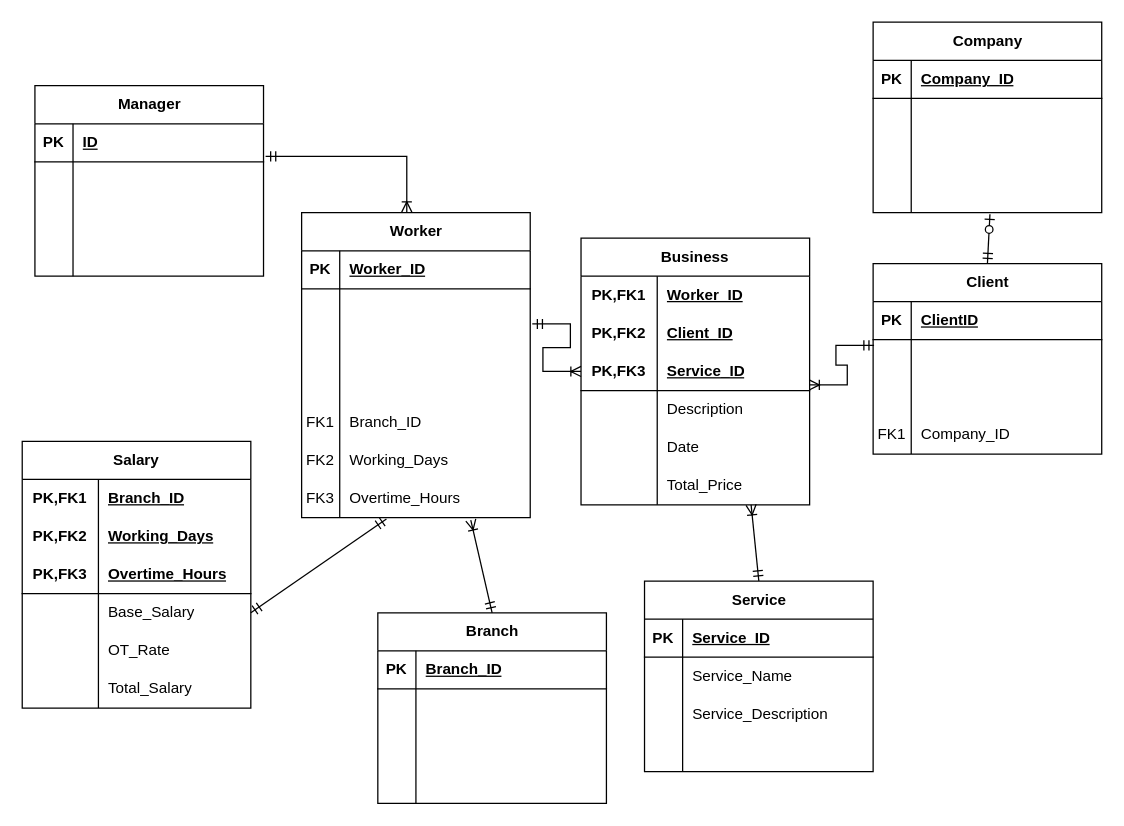
Above: wia2001assg.drawio in justn0thinghere/drawio (draw.io), before the change. Source tidied: cells renumbered, new cells numbered last; positions are measured from the earlier drawing's top-left corner, leaving out a move shared by most shapes. Both pictures are drawn from the tidied source at 127%, with x=0, y=0 at pixel (22, 22).
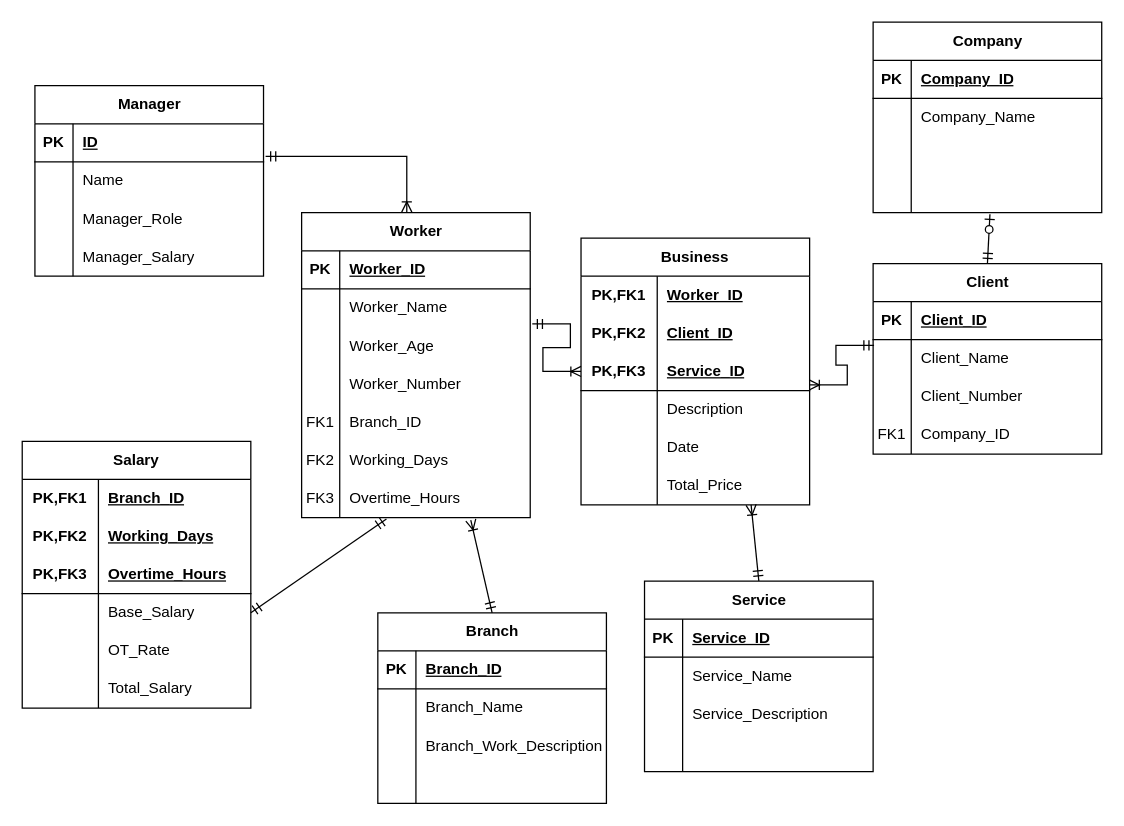
The same diagram, later.

The change refers to these unchanged cells:
```xml
<mxCell id="38" style="shape=tableRow;horizontal=0;startSize=0;swimlaneHead=0;swimlaneBody=0;fillColor=none;top=0;left=0;right=0;bottom=0;" parent="34" vertex="1">
  <mxGeometry y="60" width="180" height="30" as="geometry" />
</mxCell>
<mxCell id="41" style="shape=tableRow;horizontal=0;startSize=0;swimlaneHead=0;swimlaneBody=0;fillColor=none;points=[[0,0.5],[1,0.5]];portConstraint=eastwest;top=0;left=0;right=0;bottom=0;" parent="34" vertex="1">
  <mxGeometry y="90" width="180" height="30" as="geometry" />
</mxCell>
<mxCell id="44" style="shape=tableRow;horizontal=0;startSize=0;swimlaneHead=0;swimlaneBody=0;fillColor=none;top=0;left=0;right=0;bottom=0;" parent="34" vertex="1">
  <mxGeometry y="120" width="180" height="30" as="geometry" />
</mxCell>
<mxCell id="60" style="shape=tableRow;horizontal=0;startSize=0;swimlaneHead=0;swimlaneBody=0;fillColor=none;top=0;left=0;right=0;bottom=0;" parent="56" vertex="1">
  <mxGeometry y="60" width="180" height="30" as="geometry" />
</mxCell>
<mxCell id="63" style="shape=tableRow;horizontal=0;startSize=0;swimlaneHead=0;swimlaneBody=0;fillColor=none;top=0;left=0;right=0;bottom=0;" parent="56" vertex="1">
  <mxGeometry y="90" width="180" height="30" as="geometry" />
</mxCell>
<mxCell id="92" style="shape=tableRow;horizontal=0;startSize=0;swimlaneHead=0;swimlaneBody=0;fillColor=none;top=0;left=0;right=0;bottom=0;" parent="88" vertex="1">
  <mxGeometry y="60" width="180" height="30" as="geometry" />
</mxCell>
<mxCell id="95" style="shape=tableRow;horizontal=0;startSize=0;swimlaneHead=0;swimlaneBody=0;fillColor=none;top=0;left=0;right=0;bottom=0;" parent="88" vertex="1">
  <mxGeometry y="90" width="180" height="30" as="geometry" />
</mxCell>
<mxCell id="98" style="shape=tableRow;horizontal=0;startSize=0;swimlaneHead=0;swimlaneBody=0;fillColor=none;top=0;left=0;right=0;bottom=0;" parent="88" vertex="1">
  <mxGeometry y="120" width="180" height="30" as="geometry" />
</mxCell>
<mxCell id="102" style="shape=tableRow;horizontal=0;startSize=0;swimlaneHead=0;swimlaneBody=0;fillColor=none;top=0;left=0;right=0;bottom=1;" parent="101" vertex="1">
  <mxGeometry y="30" width="180" height="30" as="geometry" />
</mxCell>
<mxCell id="105" style="shape=tableRow;horizontal=0;startSize=0;swimlaneHead=0;swimlaneBody=0;fillColor=none;points=[[0,0.5],[1,0.5]];portConstraint=eastwest;top=0;left=0;right=0;bottom=0;" parent="101" vertex="1">
  <mxGeometry y="60" width="180" height="30" as="geometry" />
</mxCell>
<mxCell id="108" style="shape=tableRow;horizontal=0;startSize=0;swimlaneHead=0;swimlaneBody=0;fillColor=none;top=0;left=0;right=0;bottom=0;" parent="101" vertex="1">
  <mxGeometry y="90" width="180" height="30" as="geometry" />
</mxCell>
<mxCell id="118" style="shape=tableRow;horizontal=0;startSize=0;swimlaneHead=0;swimlaneBody=0;fillColor=none;top=0;left=0;right=0;bottom=0;" parent="114" vertex="1">
  <mxGeometry y="60" width="180" height="30" as="geometry" />
</mxCell>
```

Change to the diagram source:
```diff
@@
-    <mxCell id="40" style="shape=partialRectangle;fillColor=none;top=0;left=0;bottom=0;right=0;align=left;spacingLeft=6;overflow=hidden;whiteSpace=wrap;html=1;" parent="38" vertex="1">
+    <mxCell id="40" value="Worker_Name" style="shape=partialRectangle;fillColor=none;top=0;left=0;bottom=0;right=0;align=left;spacingLeft=6;overflow=hidden;whiteSpace=wrap;html=1;" parent="38" vertex="1">
       <mxGeometry x="30" width="150" height="30" as="geometry" />
     </mxCell>
@@
-    <mxCell id="43" style="shape=partialRectangle;fillColor=none;top=0;left=0;bottom=0;right=0;align=left;spacingLeft=6;overflow=hidden;whiteSpace=wrap;html=1;" parent="41" vertex="1">
+    <mxCell id="43" value="Worker_Age" style="shape=partialRectangle;fillColor=none;top=0;left=0;bottom=0;right=0;align=left;spacingLeft=6;overflow=hidden;whiteSpace=wrap;html=1;" parent="41" vertex="1">
       <mxGeometry x="30" width="150" height="30" as="geometry" />
     </mxCell>
@@
-    <mxCell id="46" style="shape=partialRectangle;fillColor=none;top=0;left=0;bottom=0;right=0;align=left;spacingLeft=6;overflow=hidden;whiteSpace=wrap;html=1;" parent="44" vertex="1">
+    <mxCell id="46" value="Worker_Number" style="shape=partialRectangle;fillColor=none;top=0;left=0;bottom=0;right=0;align=left;spacingLeft=6;overflow=hidden;whiteSpace=wrap;html=1;" parent="44" vertex="1">
       <mxGeometry x="30" width="150" height="30" as="geometry" />
     </mxCell>
@@
-    <mxCell id="62" style="shape=partialRectangle;fillColor=none;top=0;left=0;bottom=0;right=0;align=left;spacingLeft=6;overflow=hidden;whiteSpace=wrap;html=1;" parent="60" vertex="1">
+    <mxCell id="62" value="Branch_Name" style="shape=partialRectangle;fillColor=none;top=0;left=0;bottom=0;right=0;align=left;spacingLeft=6;overflow=hidden;whiteSpace=wrap;html=1;" parent="60" vertex="1">
       <mxGeometry x="30" width="150" height="30" as="geometry" />
     </mxCell>
@@
-    <mxCell id="65" style="shape=partialRectangle;fillColor=none;top=0;left=0;bottom=0;right=0;align=left;spacingLeft=6;overflow=hidden;whiteSpace=wrap;html=1;" parent="63" vertex="1">
+    <mxCell id="65" value="Branch_Work_Description" style="shape=partialRectangle;fillColor=none;top=0;left=0;bottom=0;right=0;align=left;spacingLeft=6;overflow=hidden;whiteSpace=wrap;html=1;" parent="63" vertex="1">
       <mxGeometry x="30" width="150" height="30" as="geometry" />
     </mxCell>
@@
-    <mxCell id="94" style="shape=partialRectangle;fillColor=none;top=0;left=0;bottom=0;right=0;align=left;spacingLeft=6;overflow=hidden;whiteSpace=wrap;html=1;" parent="92" vertex="1">
+    <mxCell id="94" value="Name" style="shape=partialRectangle;fillColor=none;top=0;left=0;bottom=0;right=0;align=left;spacingLeft=6;overflow=hidden;whiteSpace=wrap;html=1;" parent="92" vertex="1">
       <mxGeometry x="30" width="150" height="30" as="geometry" />
     </mxCell>
@@
-    <mxCell id="97" style="shape=partialRectangle;fillColor=none;top=0;left=0;bottom=0;right=0;align=left;spacingLeft=6;overflow=hidden;whiteSpace=wrap;html=1;" parent="95" vertex="1">
+    <mxCell id="97" value="Manager_Role" style="shape=partialRectangle;fillColor=none;top=0;left=0;bottom=0;right=0;align=left;spacingLeft=6;overflow=hidden;whiteSpace=wrap;html=1;" parent="95" vertex="1">
       <mxGeometry x="30" width="150" height="30" as="geometry" />
     </mxCell>
@@
-    <mxCell id="100" style="shape=partialRectangle;fillColor=none;top=0;left=0;bottom=0;right=0;align=left;spacingLeft=6;overflow=hidden;whiteSpace=wrap;html=1;" parent="98" vertex="1">
+    <mxCell id="100" value="Manager_Salary" style="shape=partialRectangle;fillColor=none;top=0;left=0;bottom=0;right=0;align=left;spacingLeft=6;overflow=hidden;whiteSpace=wrap;html=1;" parent="98" vertex="1">
       <mxGeometry x="30" width="150" height="30" as="geometry" />
     </mxCell>
@@
-    <mxCell id="104" value="ClientID" style="shape=partialRectangle;fillColor=none;top=0;left=0;bottom=0;right=0;align=left;spacingLeft=6;fontStyle=5;overflow=hidden;whiteSpace=wrap;html=1;" parent="102" vertex="1">
+    <mxCell id="104" value="Client_ID" style="shape=partialRectangle;fillColor=none;top=0;left=0;bottom=0;right=0;align=left;spacingLeft=6;fontStyle=5;overflow=hidden;whiteSpace=wrap;html=1;" parent="102" vertex="1">
       <mxGeometry x="30" width="150" height="30" as="geometry" />
     </mxCell>
@@
-    <mxCell id="107" style="shape=partialRectangle;fillColor=none;top=0;left=0;bottom=0;right=0;align=left;spacingLeft=6;overflow=hidden;whiteSpace=wrap;html=1;" parent="105" vertex="1">
+    <mxCell id="107" value="Client_Name" style="shape=partialRectangle;fillColor=none;top=0;left=0;bottom=0;right=0;align=left;spacingLeft=6;overflow=hidden;whiteSpace=wrap;html=1;" parent="105" vertex="1">
       <mxGeometry x="30" width="150" height="30" as="geometry" />
     </mxCell>
@@
-    <mxCell id="110" style="shape=partialRectangle;fillColor=none;top=0;left=0;bottom=0;right=0;align=left;spacingLeft=6;overflow=hidden;whiteSpace=wrap;html=1;" parent="108" vertex="1">
+    <mxCell id="110" value="Client_Number" style="shape=partialRectangle;fillColor=none;top=0;left=0;bottom=0;right=0;align=left;spacingLeft=6;overflow=hidden;whiteSpace=wrap;html=1;" parent="108" vertex="1">
       <mxGeometry x="30" width="150" height="30" as="geometry" />
     </mxCell>
@@
-    <mxCell id="120" style="shape=partialRectangle;fillColor=none;top=0;left=0;bottom=0;right=0;align=left;spacingLeft=6;overflow=hidden;whiteSpace=wrap;html=1;" parent="118" vertex="1">
+    <mxCell id="120" value="Company_Name" style="shape=partialRectangle;fillColor=none;top=0;left=0;bottom=0;right=0;align=left;spacingLeft=6;overflow=hidden;whiteSpace=wrap;html=1;" parent="118" vertex="1">
       <mxGeometry x="30" width="150" height="30" as="geometry" />
     </mxCell>
```
